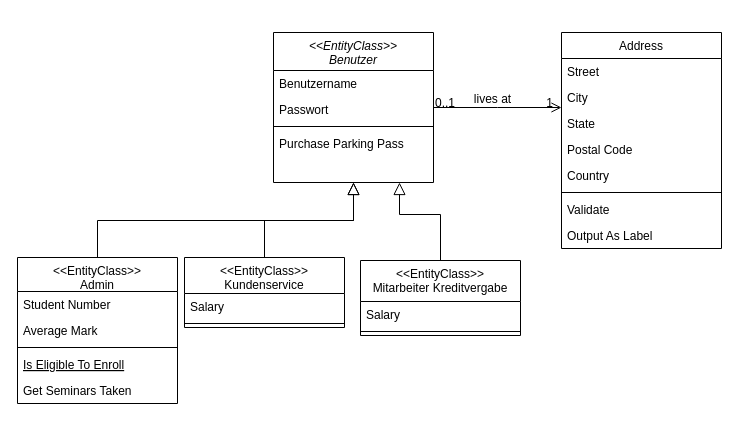
Before: page "Technischer Entwurf" (5 of 5) of Datenmodell.drawio in JaSc2912/VerteilteAnwendungen, a draw.io diagram. Source tidied: cells renumbered, new cells numbered last; positions are measured from the earlier drawing's top-left corner, leaving out a move shared by most shapes. Both pictures are drawn from the tidied source at 100%, with x=0, y=0 at pixel (17, 32).
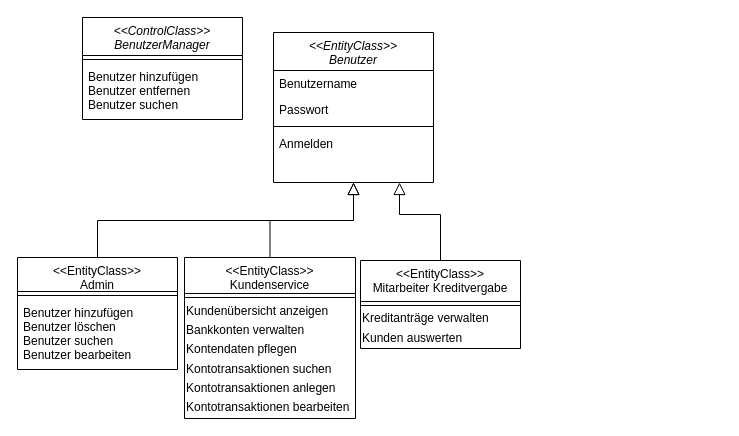
The same diagram, later.

The change refers to these unchanged cells:
```xml
<mxCell id="2" value="&lt;&lt;EntityClass&gt;&gt;&#10;Benutzer" style="swimlane;fontStyle=2;align=center;verticalAlign=top;horizontal=1;startSize=38;rounded=0;shadow=0;strokeWidth=1;" parent="1" vertex="1">
  <mxGeometry x="256" width="160" height="150" as="geometry" />
</mxCell>
```

Change to the diagram source:
```diff
@@
-    <mxCell id="6" value="Purchase Parking Pass" style="text;align=left;verticalAlign=top;spacingLeft=4;spacingRight=4;overflow=hidden;" parent="2" vertex="1">
+    <mxCell id="6" value="Anmelden" style="text;align=left;verticalAlign=top;spacingLeft=4;spacingRight=4;overflow=hidden;" parent="2" vertex="1">
       <mxGeometry y="98" width="160" height="26" as="geometry" />
     </mxCell>
     <mxCell id="7" value="&lt;&lt;EntityClass&gt;&gt;&#10;Admin" style="swimlane;fontStyle=0;align=center;verticalAlign=top;horizontal=1;startSize=34;rounded=0;shadow=0;strokeWidth=1;" parent="1" vertex="1">
-      <mxGeometry y="225" width="160" height="146" as="geometry" />
+      <mxGeometry y="225" width="160" height="112" as="geometry" />
     </mxCell>
-    <mxCell id="8" value="Student Number" style="text;align=left;verticalAlign=top;spacingLeft=4;spacingRight=4;overflow=hidden;" parent="7" vertex="1">
-      <mxGeometry y="34" width="160" height="26" as="geometry" />
-    </mxCell>
-    <mxCell id="9" value="Average Mark" style="text;align=left;verticalAlign=top;spacingLeft=4;spacingRight=4;overflow=hidden;rounded=0;shadow=0;html=0;" parent="7" vertex="1">
-      <mxGeometry y="60" width="160" height="26" as="geometry" />
-    </mxCell>
     <mxCell id="10" style="line;html=1;strokeWidth=1;align=left;verticalAlign=middle;spacingTop=-1;spacingLeft=3;spacingRight=3;labelPosition=right;" parent="7" vertex="1">
-      <mxGeometry y="86" width="160" height="8" as="geometry" />
+      <mxGeometry y="34" width="160" height="8" as="geometry" />
     </mxCell>
-    <mxCell id="11" value="Is Eligible To Enroll" style="text;align=left;verticalAlign=top;spacingLeft=4;spacingRight=4;overflow=hidden;fontStyle=4;" parent="7" vertex="1">
-      <mxGeometry y="94" width="160" height="26" as="geometry" />
+    <mxCell id="11" value="Benutzer hinzufügen&#10;Benutzer löschen&#10;Benutzer suchen&#10;Benutzer bearbeiten" style="text;align=left;verticalAlign=top;spacingLeft=4;spacingRight=4;overflow=hidden;fontStyle=0;" parent="7" vertex="1">
+      <mxGeometry y="42" width="160" height="62" as="geometry" />
     </mxCell>
-    <mxCell id="12" value="Get Seminars Taken" style="text;align=left;verticalAlign=top;spacingLeft=4;spacingRight=4;overflow=hidden;" parent="7" vertex="1">
-      <mxGeometry y="120" width="160" height="26" as="geometry" />
-    </mxCell>
@@
     <mxCell id="14" value="&lt;&lt;EntityClass&gt;&gt;&#10;Kundenservice" style="swimlane;fontStyle=0;align=center;verticalAlign=top;horizontal=1;startSize=36;rounded=0;shadow=0;strokeWidth=1;" parent="1" vertex="1">
-      <mxGeometry x="167" y="225" width="160" height="70" as="geometry" />
+      <mxGeometry x="167" y="225" width="171" height="161" as="geometry" />
     </mxCell>
-    <mxCell id="15" value="Salary" style="text;align=left;verticalAlign=top;spacingLeft=4;spacingRight=4;overflow=hidden;" parent="14" vertex="1">
-      <mxGeometry y="36" width="160" height="26" as="geometry" />
-    </mxCell>
     <mxCell id="16" style="line;html=1;strokeWidth=1;align=left;verticalAlign=middle;spacingTop=-1;spacingLeft=3;spacingRight=3;labelPosition=right;" parent="14" vertex="1">
-      <mxGeometry y="62" width="160" height="8" as="geometry" />
+      <mxGeometry y="36" width="171" height="8" as="geometry" />
     </mxCell>
+    <mxCell id="35" value="&lt;span style=&quot;font-size: 12px;&quot;&gt;Kundenübersicht anzeigen&lt;/span&gt;&lt;br&gt;&lt;span style=&quot;font-size: 12px;&quot;&gt;Bankkonten verwalten&lt;/span&gt;&lt;br&gt;&lt;span style=&quot;font-size: 12px;&quot;&gt;Kontendaten pflegen&lt;/span&gt;&lt;br&gt;&lt;span style=&quot;font-size: 12px;&quot;&gt;Kontotransaktionen suchen&lt;/span&gt;&lt;br&gt;&lt;span style=&quot;font-size: 12px;&quot;&gt;Kontotransaktionen anlegen&lt;/span&gt;&lt;br&gt;&lt;span style=&quot;font-size: 12px;&quot;&gt;Kontotransaktionen bearbeiten&lt;/span&gt;" style="text;strokeColor=none;fillColor=none;html=1;align=left;verticalAlign=middle;whiteSpace=wrap;rounded=0;fontSize=16;" parent="14" vertex="1">
+      <mxGeometry y="44" width="171" height="111" as="geometry" />
+    </mxCell>
@@
-    <mxCell id="18" value="Address" style="swimlane;fontStyle=0;align=center;verticalAlign=top;horizontal=1;startSize=26;rounded=0;shadow=0;strokeWidth=1;" parent="1" vertex="1">
-      <mxGeometry x="544" width="160" height="216" as="geometry" />
-    </mxCell>
-    <mxCell id="19" value="Street" style="text;align=left;verticalAlign=top;spacingLeft=4;spacingRight=4;overflow=hidden;" parent="18" vertex="1">
-      <mxGeometry y="26" width="160" height="26" as="geometry" />
-    </mxCell>
-    <mxCell id="20" value="City" style="text;align=left;verticalAlign=top;spacingLeft=4;spacingRight=4;overflow=hidden;rounded=0;shadow=0;html=0;" parent="18" vertex="1">
-      <mxGeometry y="52" width="160" height="26" as="geometry" />
-    </mxCell>
-    <mxCell id="21" value="State" style="text;align=left;verticalAlign=top;spacingLeft=4;spacingRight=4;overflow=hidden;rounded=0;shadow=0;html=0;" parent="18" vertex="1">
-      <mxGeometry y="78" width="160" height="26" as="geometry" />
-    </mxCell>
-    <mxCell id="22" value="Postal Code" style="text;align=left;verticalAlign=top;spacingLeft=4;spacingRight=4;overflow=hidden;rounded=0;shadow=0;html=0;" parent="18" vertex="1">
-      <mxGeometry y="104" width="160" height="26" as="geometry" />
-    </mxCell>
-    <mxCell id="23" value="Country" style="text;align=left;verticalAlign=top;spacingLeft=4;spacingRight=4;overflow=hidden;rounded=0;shadow=0;html=0;" parent="18" vertex="1">
-      <mxGeometry y="130" width="160" height="26" as="geometry" />
-    </mxCell>
-    <mxCell id="24" style="line;html=1;strokeWidth=1;align=left;verticalAlign=middle;spacingTop=-1;spacingLeft=3;spacingRight=3;labelPosition=right;" parent="18" vertex="1">
-      <mxGeometry y="156" width="160" height="8" as="geometry" />
-    </mxCell>
-    <mxCell id="25" value="Validate" style="text;align=left;verticalAlign=top;spacingLeft=4;spacingRight=4;overflow=hidden;" parent="18" vertex="1">
-      <mxGeometry y="164" width="160" height="26" as="geometry" />
-    </mxCell>
-    <mxCell id="26" value="Output As Label" style="text;align=left;verticalAlign=top;spacingLeft=4;spacingRight=4;overflow=hidden;" parent="18" vertex="1">
-      <mxGeometry y="190" width="160" height="26" as="geometry" />
-    </mxCell>
-    <mxCell id="27" style="endArrow=open;shadow=0;strokeWidth=1;rounded=0;curved=0;endFill=1;edgeStyle=elbowEdgeStyle;elbow=vertical;fontSize=12;startSize=8;endSize=8;" parent="1" edge="1" source="2" target="18">
-      <mxGeometry x="0.5" y="41" relative="1" as="geometry">
-        <mxPoint x="-40" y="32" as="offset" />
-      </mxGeometry>
-    </mxCell>
-    <mxCell id="28" value="0..1" style="align=left;verticalAlign=bottom;labelBackgroundColor=none;fontSize=12;" parent="27" vertex="1">
-      <mxGeometry x="-1" relative="1" as="geometry">
-        <mxPoint y="4" as="offset" />
-      </mxGeometry>
-    </mxCell>
-    <mxCell id="29" value="1" style="align=right;verticalAlign=bottom;labelBackgroundColor=none;fontSize=12;" parent="27" vertex="1">
-      <mxGeometry x="1" relative="1" as="geometry">
-        <mxPoint x="-7" y="4" as="offset" />
-      </mxGeometry>
-    </mxCell>
-    <mxCell id="30" value="lives at" style="text;html=1;align=center;verticalAlign=middle;labelBackgroundColor=none;rounded=0;shadow=0;strokeWidth=1;fontSize=12;" parent="27" vertex="1">
-      <mxGeometry x="0.5" y="49" relative="1" as="geometry">
-        <mxPoint x="-38" y="40" as="offset" />
-      </mxGeometry>
-    </mxCell>
     <mxCell id="31" value="&lt;&lt;EntityClass&gt;&gt;&#10;Mitarbeiter Kreditvergabe" style="swimlane;fontStyle=0;align=center;verticalAlign=top;horizontal=1;startSize=41;rounded=0;shadow=0;strokeWidth=1;" parent="1" vertex="1">
-      <mxGeometry x="343" y="228" width="160" height="75" as="geometry" />
+      <mxGeometry x="343" y="228" width="160" height="88" as="geometry" />
     </mxCell>
-    <mxCell id="32" value="Salary" style="text;align=left;verticalAlign=top;spacingLeft=4;spacingRight=4;overflow=hidden;" parent="31" vertex="1">
-      <mxGeometry y="41" width="160" height="26" as="geometry" />
-    </mxCell>
     <mxCell id="33" style="line;html=1;strokeWidth=1;align=left;verticalAlign=middle;spacingTop=-1;spacingLeft=3;spacingRight=3;labelPosition=right;" parent="31" vertex="1">
-      <mxGeometry y="67" width="160" height="8" as="geometry" />
+      <mxGeometry y="41" width="160" height="8" as="geometry" />
     </mxCell>
+    <mxCell id="36" value="&lt;font style=&quot;font-size: 12px;&quot;&gt;Kreditanträge verwalten&lt;/font&gt;&lt;div&gt;&lt;font style=&quot;font-size: 12px;&quot;&gt;Kunden auswerten&lt;/font&gt;&lt;/div&gt;" style="text;strokeColor=none;fillColor=none;html=1;align=left;verticalAlign=middle;whiteSpace=wrap;rounded=0;fontSize=16;" parent="31" vertex="1">
+      <mxGeometry y="49" width="160" height="34" as="geometry" />
+    </mxCell>
@@
+    <mxCell id="37" value="&lt;&lt;ControlClass&gt;&gt;&#10;BenutzerManager" style="swimlane;fontStyle=2;align=center;verticalAlign=top;horizontal=1;startSize=38;rounded=0;shadow=0;strokeWidth=1;" parent="1" vertex="1">
+      <mxGeometry x="65" y="-15" width="160" height="102" as="geometry" />
+    </mxCell>
+    <mxCell id="38" style="line;html=1;strokeWidth=1;align=left;verticalAlign=middle;spacingTop=-1;spacingLeft=3;spacingRight=3;labelPosition=right;" parent="37" vertex="1">
+      <mxGeometry y="38" width="160" height="8" as="geometry" />
+    </mxCell>
+    <mxCell id="39" value="Benutzer hinzufügen&#10;Benutzer entfernen&#10;Benutzer suchen" style="text;align=left;verticalAlign=top;spacingLeft=4;spacingRight=4;overflow=hidden;" parent="37" vertex="1">
+      <mxGeometry y="46" width="160" height="54" as="geometry" />
+    </mxCell>
```
